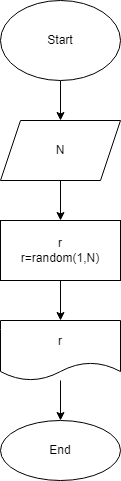
OlgaPopovaHappy/Practice_temp keeps this draw.io diagram as ex000.drawio.png. Above is the earlier version. Source tidied: cells renumbered, new cells last; positions are measured from the earlier drawing's top-left corner, leaving out a move shared by most shapes.
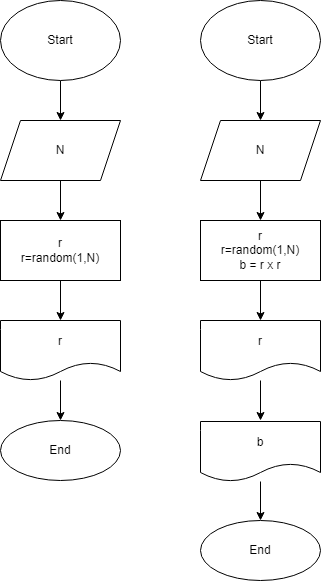
After the commit.

Commit message:
Вывести случайное число от 1 до N, а потом его квадрат.

What changed in the source:
```diff
@@ -31,5 +31,42 @@
     <mxCell id="10" value="End" style="ellipse;whiteSpace=wrap;html=1;" parent="1" vertex="1">
       <mxGeometry y="420" width="120" height="60" as="geometry" />
     </mxCell>
+    <mxCell id="11" style="edgeStyle=none;html=1;" parent="1" edge="1" source="12">
+      <mxGeometry relative="1" as="geometry">
+        <mxPoint x="260" y="120" as="targetPoint" />
+      </mxGeometry>
+    </mxCell>
+    <mxCell id="12" value="Start" style="ellipse;whiteSpace=wrap;html=1;" parent="1" vertex="1">
+      <mxGeometry x="200" width="120" height="80" as="geometry" />
+    </mxCell>
+    <mxCell id="13" style="edgeStyle=none;html=1;entryX=0.5;entryY=0;entryDx=0;entryDy=0;" parent="1" edge="1" source="14" target="18">
+      <mxGeometry relative="1" as="geometry" />
+    </mxCell>
+    <mxCell id="14" value="N" style="shape=parallelogram;perimeter=parallelogramPerimeter;whiteSpace=wrap;html=1;fixedSize=1;" parent="1" vertex="1">
+      <mxGeometry x="200" y="120" width="120" height="60" as="geometry" />
+    </mxCell>
+    <mxCell id="15" style="edgeStyle=none;html=1;" parent="1" edge="1" source="16">
+      <mxGeometry relative="1" as="geometry">
+        <mxPoint x="260" y="420" as="targetPoint" />
+      </mxGeometry>
+    </mxCell>
+    <mxCell id="16" value="r" style="shape=document;whiteSpace=wrap;html=1;boundedLbl=1;" parent="1" vertex="1">
+      <mxGeometry x="200" y="320" width="120" height="60" as="geometry" />
+    </mxCell>
+    <mxCell id="17" style="edgeStyle=none;html=1;" parent="1" edge="1" source="18" target="16">
+      <mxGeometry relative="1" as="geometry" />
+    </mxCell>
+    <mxCell id="18" value="r&lt;br&gt;r=random(1,N)&lt;br&gt;b = r x r" style="rounded=0;whiteSpace=wrap;html=1;" parent="1" vertex="1">
+      <mxGeometry x="200" y="220" width="120" height="60" as="geometry" />
+    </mxCell>
+    <mxCell id="19" value="End" style="ellipse;whiteSpace=wrap;html=1;" parent="1" vertex="1">
+      <mxGeometry x="200" y="520" width="120" height="60" as="geometry" />
+    </mxCell>
+    <mxCell id="20" style="edgeStyle=none;html=1;" parent="1" edge="1" source="21" target="19">
+      <mxGeometry relative="1" as="geometry" />
+    </mxCell>
+    <mxCell id="21" value="b" style="shape=document;whiteSpace=wrap;html=1;boundedLbl=1;" parent="1" vertex="1">
+      <mxGeometry x="200" y="421" width="120" height="60" as="geometry" />
+    </mxCell>
   </root>
 </mxGraphModel>
```
